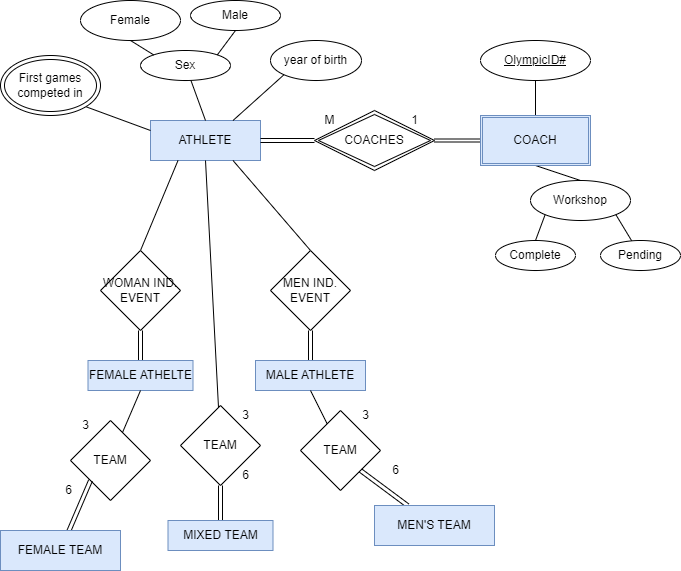
Above: ER diagram A4.drawio.png in Alphamale42/Data-modelling (draw.io), before the change. Source tidied: cells renumbered, new cells last; positions are measured from the earlier drawing's top-left corner, leaving out a move shared by most shapes. Its diagram source:
```xml
<mxGraphModel>
  <root>
    <mxCell id="0" />
    <mxCell id="1" parent="0" />
    <mxCell id="2" value="ATHLETE" style="rounded=0;whiteSpace=wrap;html=1;fillColor=#dae8fc;strokeColor=#6c8ebf;" parent="1" vertex="1">
      <mxGeometry x="150" y="120" width="110" height="40" as="geometry" />
    </mxCell>
    <mxCell id="3" value="COACHES" style="shape=rhombus;double=1;perimeter=rhombusPerimeter;whiteSpace=wrap;html=1;align=center;" parent="1" vertex="1">
      <mxGeometry x="314" y="110" width="120" height="60" as="geometry" />
    </mxCell>
    <mxCell id="4" style="endArrow=none;html=1;rounded=0;entryX=0.5;entryY=0;entryDx=0;entryDy=0;exitX=0.5;exitY=1;exitDx=0;exitDy=0;" parent="1" edge="1" source="5" target="16">
      <mxGeometry relative="1" as="geometry" />
    </mxCell>
    <mxCell id="5" value="&lt;u&gt;OlympicID#&lt;/u&gt;" style="ellipse;whiteSpace=wrap;html=1;" parent="1" vertex="1">
      <mxGeometry x="480" y="40" width="110" height="40" as="geometry" />
    </mxCell>
    <mxCell id="6" style="endArrow=none;html=1;rounded=0;entryX=1;entryY=0.5;entryDx=0;entryDy=0;exitX=0;exitY=0.5;exitDx=0;exitDy=0;shape=link;width=-3;" parent="1" edge="1" source="16" target="3">
      <mxGeometry relative="1" as="geometry" />
    </mxCell>
    <mxCell id="7" style="endArrow=none;html=1;rounded=0;exitX=0;exitY=0.5;exitDx=0;exitDy=0;entryX=1;entryY=0.5;entryDx=0;entryDy=0;shape=link;" parent="1" edge="1" source="3" target="2">
      <mxGeometry relative="1" as="geometry" />
    </mxCell>
    <mxCell id="8" value="1" style="text;html=1;align=center;verticalAlign=middle;fillColor=none;strokeColor=none;rounded=0;" parent="1" vertex="1">
      <mxGeometry x="399" y="105" width="30" height="30" as="geometry" />
    </mxCell>
    <mxCell id="9" value="M" style="text;html=1;align=center;verticalAlign=middle;fillColor=none;strokeColor=none;rounded=0;" parent="1" vertex="1">
      <mxGeometry x="314" y="105" width="30" height="30" as="geometry" />
    </mxCell>
    <mxCell id="10" style="endArrow=none;html=1;rounded=0;entryX=0.5;entryY=1;entryDx=0;entryDy=0;exitX=0.5;exitY=0;exitDx=0;exitDy=0;" parent="1" edge="1" source="11" target="16">
      <mxGeometry relative="1" as="geometry" />
    </mxCell>
    <mxCell id="11" value="Workshop" style="ellipse;whiteSpace=wrap;html=1;" parent="1" vertex="1">
      <mxGeometry x="530" y="180" width="100" height="40" as="geometry" />
    </mxCell>
    <mxCell id="12" style="endArrow=none;html=1;rounded=0;exitX=0;exitY=1;exitDx=0;exitDy=0;entryX=0.5;entryY=0;entryDx=0;entryDy=0;" parent="1" edge="1" source="11" target="13">
      <mxGeometry relative="1" as="geometry" />
    </mxCell>
    <mxCell id="13" value="Complete" style="ellipse;whiteSpace=wrap;html=1;" parent="1" vertex="1">
      <mxGeometry x="495" y="240" width="80" height="30" as="geometry" />
    </mxCell>
    <mxCell id="14" style="endArrow=none;html=1;rounded=0;exitX=1;exitY=1;exitDx=0;exitDy=0;" parent="1" edge="1" source="11" target="15">
      <mxGeometry relative="1" as="geometry" />
    </mxCell>
    <mxCell id="15" value="Pending" style="ellipse;whiteSpace=wrap;html=1;" parent="1" vertex="1">
      <mxGeometry x="600" y="240" width="80" height="30" as="geometry" />
    </mxCell>
    <mxCell id="16" value="COACH" style="shape=ext;double=1;rounded=0;whiteSpace=wrap;html=1;fillColor=#dae8fc;strokeColor=#6c8ebf;" parent="1" vertex="1">
      <mxGeometry x="480" y="115" width="110" height="50" as="geometry" />
    </mxCell>
    <mxCell id="17" style="endArrow=none;html=1;rounded=0;exitX=0.5;exitY=0;exitDx=0;exitDy=0;" parent="1" edge="1" source="2" target="18">
      <mxGeometry relative="1" as="geometry" />
    </mxCell>
    <mxCell id="18" value="Sex" style="ellipse;whiteSpace=wrap;html=1;" parent="1" vertex="1">
      <mxGeometry x="140" y="50" width="90" height="30" as="geometry" />
    </mxCell>
    <mxCell id="19" style="endArrow=none;html=1;rounded=0;entryX=1;entryY=0;entryDx=0;entryDy=0;exitX=0.5;exitY=1;exitDx=0;exitDy=0;" parent="1" edge="1" source="20" target="18">
      <mxGeometry relative="1" as="geometry" />
    </mxCell>
    <mxCell id="20" value="Male" style="ellipse;whiteSpace=wrap;html=1;" parent="1" vertex="1">
      <mxGeometry x="190" width="90" height="30" as="geometry" />
    </mxCell>
    <mxCell id="21" style="endArrow=none;html=1;rounded=0;entryX=0;entryY=0;entryDx=0;entryDy=0;exitX=0.5;exitY=1;exitDx=0;exitDy=0;" parent="1" edge="1" source="22" target="18">
      <mxGeometry relative="1" as="geometry" />
    </mxCell>
    <mxCell id="22" value="Female" style="ellipse;whiteSpace=wrap;html=1;" parent="1" vertex="1">
      <mxGeometry x="80" width="100" height="40" as="geometry" />
    </mxCell>
    <mxCell id="23" style="endArrow=none;html=1;rounded=0;exitX=0;exitY=0.25;exitDx=0;exitDy=0;entryX=1;entryY=1;entryDx=0;entryDy=0;" parent="1" edge="1" source="2" target="24">
      <mxGeometry relative="1" as="geometry" />
    </mxCell>
    <mxCell id="24" value="First games competed in" style="ellipse;shape=doubleEllipse;whiteSpace=wrap;html=1;" parent="1" vertex="1">
      <mxGeometry y="55" width="100" height="60" as="geometry" />
    </mxCell>
    <mxCell id="25" style="endArrow=none;html=1;rounded=0;entryX=0.75;entryY=0;entryDx=0;entryDy=0;exitX=0;exitY=1;exitDx=0;exitDy=0;" parent="1" edge="1" source="26" target="2">
      <mxGeometry relative="1" as="geometry" />
    </mxCell>
    <mxCell id="26" value="year of birth" style="ellipse;whiteSpace=wrap;html=1;" parent="1" vertex="1">
      <mxGeometry x="270" y="40" width="91" height="40" as="geometry" />
    </mxCell>
    <mxCell id="27" style="endArrow=none;html=1;rounded=0;exitX=0.25;exitY=1;exitDx=0;exitDy=0;entryX=0.5;entryY=0;entryDx=0;entryDy=0;" parent="1" edge="1" source="2" target="28">
      <mxGeometry relative="1" as="geometry" />
    </mxCell>
    <mxCell id="28" value="WOMAN IND. EVENT" style="rhombus;whiteSpace=wrap;html=1;" parent="1" vertex="1">
      <mxGeometry x="100" y="250" width="80" height="80" as="geometry" />
    </mxCell>
    <mxCell id="29" style="endArrow=none;html=1;rounded=0;exitX=0.75;exitY=1;exitDx=0;exitDy=0;entryX=0.5;entryY=0;entryDx=0;entryDy=0;" parent="1" edge="1" source="2" target="30">
      <mxGeometry relative="1" as="geometry" />
    </mxCell>
    <mxCell id="30" value="MEN IND. EVENT" style="rhombus;whiteSpace=wrap;html=1;" parent="1" vertex="1">
      <mxGeometry x="270" y="250" width="80" height="80" as="geometry" />
    </mxCell>
    <mxCell id="31" style="endArrow=none;html=1;rounded=0;exitX=0.5;exitY=1;exitDx=0;exitDy=0;shape=link;" parent="1" edge="1" source="30" target="32">
      <mxGeometry relative="1" as="geometry" />
    </mxCell>
    <mxCell id="32" value="MALE ATHLETE" style="rounded=0;whiteSpace=wrap;html=1;fillColor=#dae8fc;strokeColor=#6c8ebf;" parent="1" vertex="1">
      <mxGeometry x="255" y="360" width="110" height="30" as="geometry" />
    </mxCell>
    <mxCell id="33" style="endArrow=none;html=1;rounded=0;exitX=0.5;exitY=1;exitDx=0;exitDy=0;shape=link;" parent="1" edge="1" source="28" target="34">
      <mxGeometry relative="1" as="geometry" />
    </mxCell>
    <mxCell id="34" value="FEMALE ATHELTE" style="rounded=0;whiteSpace=wrap;html=1;fillColor=#dae8fc;strokeColor=#6c8ebf;" parent="1" vertex="1">
      <mxGeometry x="87.5" y="360" width="105" height="30" as="geometry" />
    </mxCell>
    <mxCell id="35" style="endArrow=none;html=1;rounded=0;exitX=0.5;exitY=1;exitDx=0;exitDy=0;" parent="1" edge="1" source="2" target="36">
      <mxGeometry relative="1" as="geometry" />
    </mxCell>
    <mxCell id="36" value="TEAM" style="rhombus;whiteSpace=wrap;html=1;" parent="1" vertex="1">
      <mxGeometry x="180" y="405" width="80" height="80" as="geometry" />
    </mxCell>
    <mxCell id="37" style="endArrow=none;html=1;rounded=0;exitX=0.5;exitY=1;exitDx=0;exitDy=0;shape=link;" parent="1" edge="1" source="36" target="38">
      <mxGeometry relative="1" as="geometry" />
    </mxCell>
    <mxCell id="38" value="MIXED TEAM" style="rounded=0;whiteSpace=wrap;html=1;fillColor=#dae8fc;strokeColor=#6c8ebf;" parent="1" vertex="1">
      <mxGeometry x="167.5" y="520" width="105" height="30" as="geometry" />
    </mxCell>
    <mxCell id="39" style="endArrow=none;html=1;rounded=0;exitX=0.5;exitY=1;exitDx=0;exitDy=0;" parent="1" edge="1" source="32" target="41">
      <mxGeometry relative="1" as="geometry" />
    </mxCell>
    <mxCell id="40" style="endArrow=none;html=1;rounded=0;exitX=0.5;exitY=1;exitDx=0;exitDy=0;" parent="1" edge="1" source="34" target="42">
      <mxGeometry relative="1" as="geometry" />
    </mxCell>
    <mxCell id="41" value="TEAM" style="rhombus;whiteSpace=wrap;html=1;" parent="1" vertex="1">
      <mxGeometry x="300" y="410" width="80" height="80" as="geometry" />
    </mxCell>
    <mxCell id="42" value="TEAM" style="rhombus;whiteSpace=wrap;html=1;" parent="1" vertex="1">
      <mxGeometry x="70" y="420" width="80" height="80" as="geometry" />
    </mxCell>
    <mxCell id="43" style="endArrow=none;html=1;rounded=0;exitX=1;exitY=1;exitDx=0;exitDy=0;shape=link;" parent="1" edge="1" source="41" target="45">
      <mxGeometry relative="1" as="geometry" />
    </mxCell>
    <mxCell id="44" style="endArrow=none;html=1;rounded=0;exitX=0;exitY=1;exitDx=0;exitDy=0;shape=link;" parent="1" edge="1" source="42" target="46">
      <mxGeometry relative="1" as="geometry" />
    </mxCell>
    <mxCell id="45" value="MEN'S TEAM" style="rounded=0;whiteSpace=wrap;html=1;fillColor=#dae8fc;strokeColor=#6c8ebf;" parent="1" vertex="1">
      <mxGeometry x="374" y="505" width="120" height="40" as="geometry" />
    </mxCell>
    <mxCell id="46" value="FEMALE TEAM" style="rounded=0;whiteSpace=wrap;html=1;fillColor=#dae8fc;strokeColor=#6c8ebf;" parent="1" vertex="1">
      <mxGeometry y="530" width="120" height="40" as="geometry" />
    </mxCell>
    <mxCell id="47" value="3" style="text;html=1;align=center;verticalAlign=middle;fillColor=none;strokeColor=none;rounded=0;" parent="1" vertex="1">
      <mxGeometry x="230" y="400" width="30" height="30" as="geometry" />
    </mxCell>
    <mxCell id="48" value="6" style="text;html=1;align=center;verticalAlign=middle;fillColor=none;strokeColor=none;rounded=0;" parent="1" vertex="1">
      <mxGeometry x="230" y="460" width="30" height="30" as="geometry" />
    </mxCell>
    <mxCell id="49" value="3" style="text;html=1;align=center;verticalAlign=middle;fillColor=none;strokeColor=none;rounded=0;" parent="1" vertex="1">
      <mxGeometry x="350" y="400" width="30" height="30" as="geometry" />
    </mxCell>
    <mxCell id="50" value="6" style="text;html=1;align=center;verticalAlign=middle;fillColor=none;strokeColor=none;rounded=0;" parent="1" vertex="1">
      <mxGeometry x="380" y="455" width="30" height="30" as="geometry" />
    </mxCell>
    <mxCell id="51" value="3" style="text;html=1;align=center;verticalAlign=middle;fillColor=none;strokeColor=none;rounded=0;" parent="1" vertex="1">
      <mxGeometry x="70" y="410" width="30" height="30" as="geometry" />
    </mxCell>
    <mxCell id="52" value="6" style="text;html=1;align=center;verticalAlign=middle;fillColor=none;strokeColor=none;rounded=0;" parent="1" vertex="1">
      <mxGeometry x="52.5" y="475" width="30" height="30" as="geometry" />
    </mxCell>
  </root>
</mxGraphModel>
```
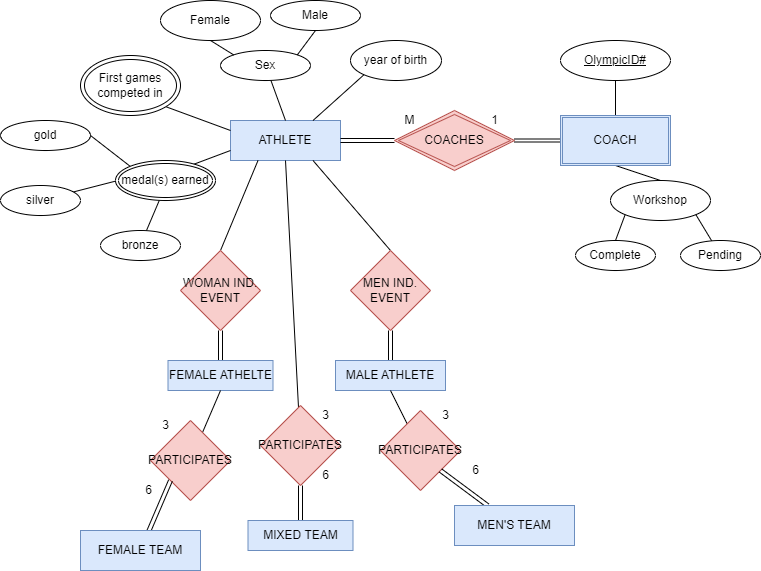
The same diagram one commit later.

Diff of the diagram source:
```diff
@@ -5,7 +5,7 @@
     <mxCell id="2" value="ATHLETE" style="rounded=0;whiteSpace=wrap;html=1;fillColor=#dae8fc;strokeColor=#6c8ebf;" parent="1" vertex="1">
       <mxGeometry x="150" y="120" width="110" height="40" as="geometry" />
     </mxCell>
-    <mxCell id="3" value="COACHES" style="shape=rhombus;double=1;perimeter=rhombusPerimeter;whiteSpace=wrap;html=1;align=center;" parent="1" vertex="1">
+    <mxCell id="3" value="COACHES" style="shape=rhombus;double=1;perimeter=rhombusPerimeter;whiteSpace=wrap;html=1;align=center;fillColor=#f8cecc;strokeColor=#b85450;" parent="1" vertex="1">
       <mxGeometry x="314" y="110" width="120" height="60" as="geometry" />
     </mxCell>
     <mxCell id="4" style="endArrow=none;html=1;rounded=0;entryX=0.5;entryY=0;entryDx=0;entryDy=0;exitX=0.5;exitY=1;exitDx=0;exitDy=0;" parent="1" edge="1" source="5" target="16">
@@ -80,13 +80,13 @@
     <mxCell id="27" style="endArrow=none;html=1;rounded=0;exitX=0.25;exitY=1;exitDx=0;exitDy=0;entryX=0.5;entryY=0;entryDx=0;entryDy=0;" parent="1" edge="1" source="2" target="28">
       <mxGeometry relative="1" as="geometry" />
     </mxCell>
-    <mxCell id="28" value="WOMAN IND. EVENT" style="rhombus;whiteSpace=wrap;html=1;" parent="1" vertex="1">
+    <mxCell id="28" value="WOMAN IND. EVENT" style="rhombus;whiteSpace=wrap;html=1;fillColor=#f8cecc;strokeColor=#b85450;" parent="1" vertex="1">
       <mxGeometry x="100" y="250" width="80" height="80" as="geometry" />
     </mxCell>
     <mxCell id="29" style="endArrow=none;html=1;rounded=0;exitX=0.75;exitY=1;exitDx=0;exitDy=0;entryX=0.5;entryY=0;entryDx=0;entryDy=0;" parent="1" edge="1" source="2" target="30">
       <mxGeometry relative="1" as="geometry" />
     </mxCell>
-    <mxCell id="30" value="MEN IND. EVENT" style="rhombus;whiteSpace=wrap;html=1;" parent="1" vertex="1">
+    <mxCell id="30" value="MEN IND. EVENT" style="rhombus;whiteSpace=wrap;html=1;fillColor=#f8cecc;strokeColor=#b85450;" parent="1" vertex="1">
       <mxGeometry x="270" y="250" width="80" height="80" as="geometry" />
     </mxCell>
     <mxCell id="31" style="endArrow=none;html=1;rounded=0;exitX=0.5;exitY=1;exitDx=0;exitDy=0;shape=link;" parent="1" edge="1" source="30" target="32">
@@ -104,7 +104,7 @@
     <mxCell id="35" style="endArrow=none;html=1;rounded=0;exitX=0.5;exitY=1;exitDx=0;exitDy=0;" parent="1" edge="1" source="2" target="36">
       <mxGeometry relative="1" as="geometry" />
     </mxCell>
-    <mxCell id="36" value="TEAM" style="rhombus;whiteSpace=wrap;html=1;" parent="1" vertex="1">
+    <mxCell id="36" value="PARTICIPATES" style="rhombus;whiteSpace=wrap;html=1;fillColor=#f8cecc;strokeColor=#b85450;" parent="1" vertex="1">
       <mxGeometry x="180" y="405" width="80" height="80" as="geometry" />
     </mxCell>
     <mxCell id="37" style="endArrow=none;html=1;rounded=0;exitX=0.5;exitY=1;exitDx=0;exitDy=0;shape=link;" parent="1" edge="1" source="36" target="38">
@@ -119,10 +119,10 @@
     <mxCell id="40" style="endArrow=none;html=1;rounded=0;exitX=0.5;exitY=1;exitDx=0;exitDy=0;" parent="1" edge="1" source="34" target="42">
       <mxGeometry relative="1" as="geometry" />
     </mxCell>
-    <mxCell id="41" value="TEAM" style="rhombus;whiteSpace=wrap;html=1;" parent="1" vertex="1">
+    <mxCell id="41" value="PARTICIPATES" style="rhombus;whiteSpace=wrap;html=1;fillColor=#f8cecc;strokeColor=#b85450;" parent="1" vertex="1">
       <mxGeometry x="300" y="410" width="80" height="80" as="geometry" />
     </mxCell>
-    <mxCell id="42" value="TEAM" style="rhombus;whiteSpace=wrap;html=1;" parent="1" vertex="1">
+    <mxCell id="42" value="PARTICIPATES" style="rhombus;whiteSpace=wrap;html=1;fillColor=#f8cecc;strokeColor=#b85450;" parent="1" vertex="1">
       <mxGeometry x="70" y="420" width="80" height="80" as="geometry" />
     </mxCell>
     <mxCell id="43" style="endArrow=none;html=1;rounded=0;exitX=1;exitY=1;exitDx=0;exitDy=0;shape=link;" parent="1" edge="1" source="41" target="45">
@@ -155,5 +155,37 @@
     <mxCell id="52" value="6" style="text;html=1;align=center;verticalAlign=middle;fillColor=none;strokeColor=none;rounded=0;" parent="1" vertex="1">
       <mxGeometry x="52.5" y="475" width="30" height="30" as="geometry" />
     </mxCell>
+    <mxCell id="53" style="endArrow=none;html=1;rounded=0;entryX=0;entryY=0.75;entryDx=0;entryDy=0;exitX=1;exitY=0;exitDx=0;exitDy=0;" parent="1" edge="1" target="2">
+      <mxGeometry relative="1" as="geometry">
+        <mxPoint x="107.8" y="165.8" as="sourcePoint" />
+      </mxGeometry>
+    </mxCell>
+    <mxCell id="54" style="endArrow=none;html=1;rounded=0;exitX=0.5;exitY=1;exitDx=0;exitDy=0;" parent="1" edge="1" target="55">
+      <mxGeometry relative="1" as="geometry">
+        <mxPoint x="78.8" y="200" as="sourcePoint" />
+      </mxGeometry>
+    </mxCell>
+    <mxCell id="55" value="bronze" style="ellipse;whiteSpace=wrap;html=1;" parent="1" vertex="1">
+      <mxGeometry x="20" y="230" width="80" height="30" as="geometry" />
+    </mxCell>
+    <mxCell id="56" value="gold" style="ellipse;whiteSpace=wrap;html=1;" parent="1" vertex="1">
+      <mxGeometry x="-80" y="120" width="90" height="30" as="geometry" />
+    </mxCell>
+    <mxCell id="57" style="endArrow=none;html=1;rounded=0;entryX=1;entryY=0.5;entryDx=0;entryDy=0;exitX=0;exitY=0;exitDx=0;exitDy=0;" parent="1" edge="1" target="56">
+      <mxGeometry relative="1" as="geometry">
+        <mxPoint x="49.7" y="165.8" as="sourcePoint" />
+      </mxGeometry>
+    </mxCell>
+    <mxCell id="58" style="endArrow=none;html=1;rounded=0;exitX=0;exitY=0.5;exitDx=0;exitDy=0;" parent="1" edge="1" target="59">
+      <mxGeometry relative="1" as="geometry">
+        <mxPoint x="37.5" y="180" as="sourcePoint" />
+      </mxGeometry>
+    </mxCell>
+    <mxCell id="59" value="silver" style="ellipse;whiteSpace=wrap;html=1;" parent="1" vertex="1">
+      <mxGeometry x="-80" y="185" width="80" height="30" as="geometry" />
+    </mxCell>
+    <mxCell id="60" value="medal(s) earned" style="ellipse;shape=doubleEllipse;margin=3;whiteSpace=wrap;html=1;align=center;" parent="1" vertex="1">
+      <mxGeometry x="35" y="160" width="100" height="40" as="geometry" />
+    </mxCell>
   </root>
 </mxGraphModel>
```
